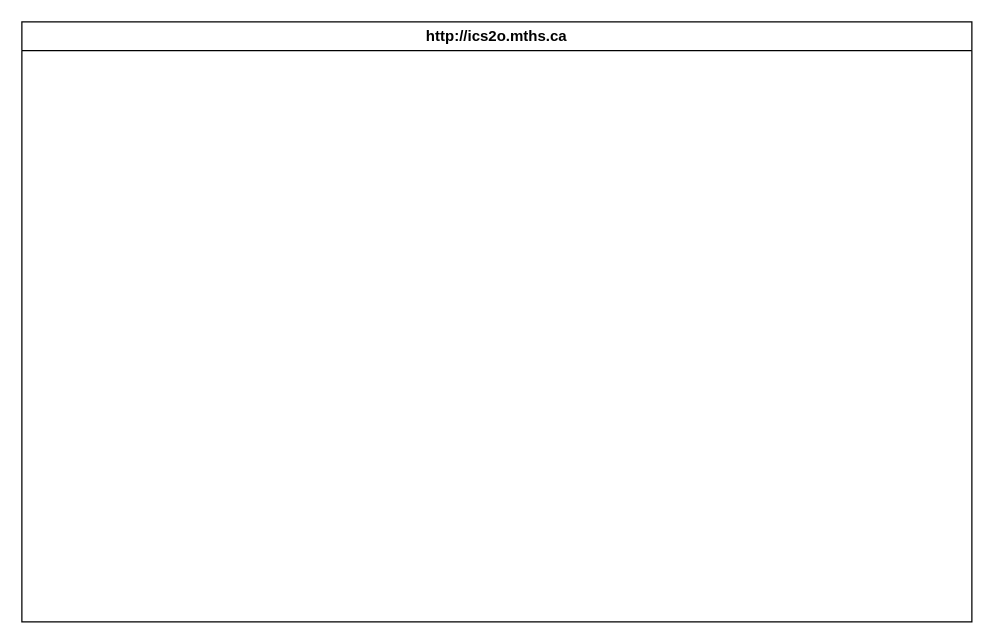
The draw.io diagram design/storyboard.drawio in lucas-nguyen0/ICD2O-Final-Project-lucas.nguyen, before the edit. Source tidied: cells renumbered, new cells numbered last; positions are measured from the earlier drawing's top-left corner, leaving out a move shared by most shapes. Both pictures are drawn from the tidied source at 125%, with x=0, y=0 at pixel (21, 21).
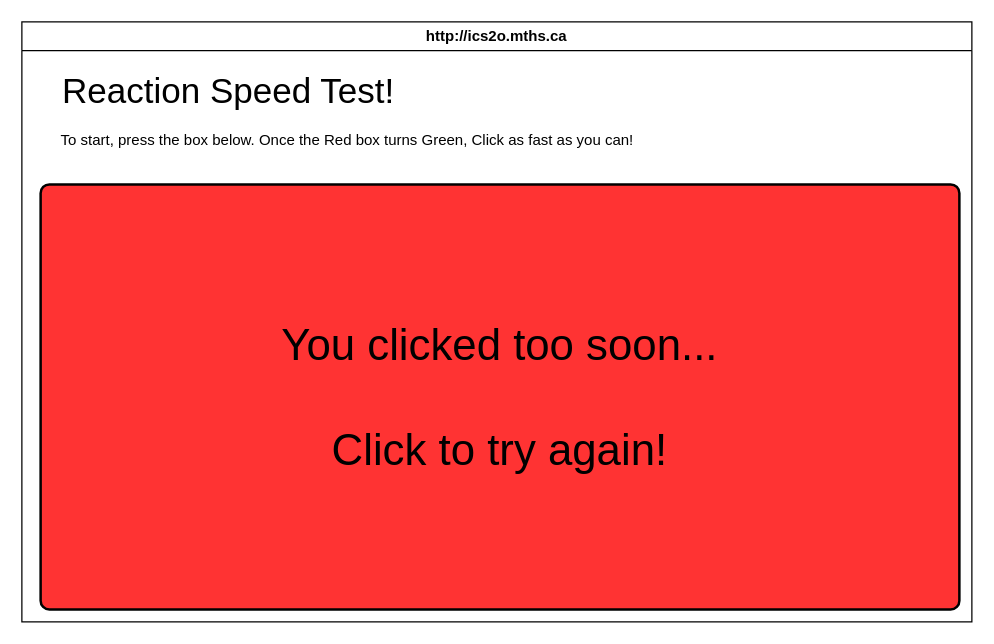
The same diagram, later.

Commit message (it also covers changes not shown here):
flowchart and storyboard created

The edit, as a diff of the source:
```diff
@@
 <mxGraphModel>
   <root>
     <mxCell id="0" />
     <mxCell id="1" parent="0" />
     <mxCell id="2" value="http://ics2o.mths.ca" style="swimlane;whiteSpace=wrap;html=1;" parent="1" vertex="1">
       <mxGeometry width="760" height="480" as="geometry" />
     </mxCell>
+    <mxCell id="3" value="&lt;font style=&quot;font-size: 28px;&quot;&gt;Reaction Speed Test!&lt;/font&gt;" style="text;html=1;align=center;verticalAlign=middle;strokeColor=none;fillColor=none;" parent="2" vertex="1">
+      <mxGeometry x="20" y="30" width="290" height="50" as="geometry" />
+    </mxCell>
+    <mxCell id="4" value="To start, press the box below. Once the Red box turns Green, Click as fast as you can!" style="text;html=1;align=center;verticalAlign=middle;strokeColor=none;fillColor=none;" parent="2" vertex="1">
+      <mxGeometry x="20" y="80" width="480" height="30" as="geometry" />
+    </mxCell>
+    <mxCell id="5" value="&lt;font style=&quot;font-size: 35px; color: rgb(0, 0, 0);&quot;&gt;You clicked too soon...&lt;/font&gt;&lt;div&gt;&lt;font style=&quot;font-size: 35px; color: rgb(0, 0, 0);&quot;&gt;&lt;br&gt;&lt;/font&gt;&lt;/div&gt;&lt;div&gt;&lt;font style=&quot;font-size: 35px; color: rgb(0, 0, 0);&quot;&gt;Click to try again!&lt;/font&gt;&lt;/div&gt;" style="rounded=1;whiteSpace=wrap;html=1;absoluteArcSize=1;arcSize=14;strokeWidth=2;fillColor=light-dark(#FF3333,#EDEDED);" parent="2" vertex="1">
+      <mxGeometry x="15" y="130" width="735" height="340" as="geometry" />
+    </mxCell>
   </root>
 </mxGraphModel>
```
